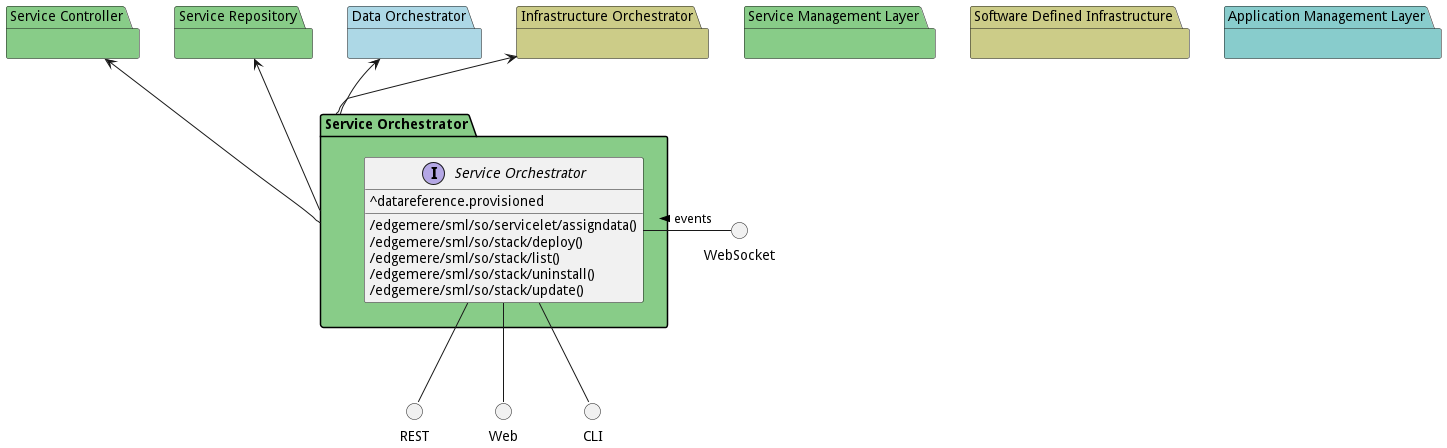
This is docs/edgemere/sml/so/subpackage.png from madajaju/edgemere, a PlantUML export, as it was before one commit. The source it was exported from:
```plantuml
@startuml


package "Service Controller" #88cc88 {

}

package "Service Repository" #88cc88 {

}

package "Data Orchestrator" #lightblue {

}

package "Infrastructure Orchestrator" #cccc88 {

}

package "Service Management Layer" #88cc88 {

}

package "Software Defined Infrastructure" #cccc88 {

}

package "Service Orchestrator" #88cc88 {

}

package "Application Management Layer" #88cccc {

}


package "Service Orchestrator" #88cc88 {

    interface "Service Orchestrator" as i {
            ^datareference.provisioned

            /edgemere/sml/so/servicelet/assigndata()
            /edgemere/sml/so/stack/deploy()
            /edgemere/sml/so/stack/list()
            /edgemere/sml/so/stack/uninstall()
            /edgemere/sml/so/stack/update()

    }
}

circle REST
circle Web
circle CLI
circle WebSocket

i -down- Web
i -down- CLI
i -down- REST
WebSocket -left- i: events >

package "Service Orchestrator" #88cc88 {


}


    "Service Controller" <-- "Service Orchestrator"

    "Service Repository" <-- "Service Orchestrator"

    "Data Orchestrator" <-- "Service Orchestrator"

    "Infrastructure Orchestrator" <-- "Service Orchestrator"


@enduml
```
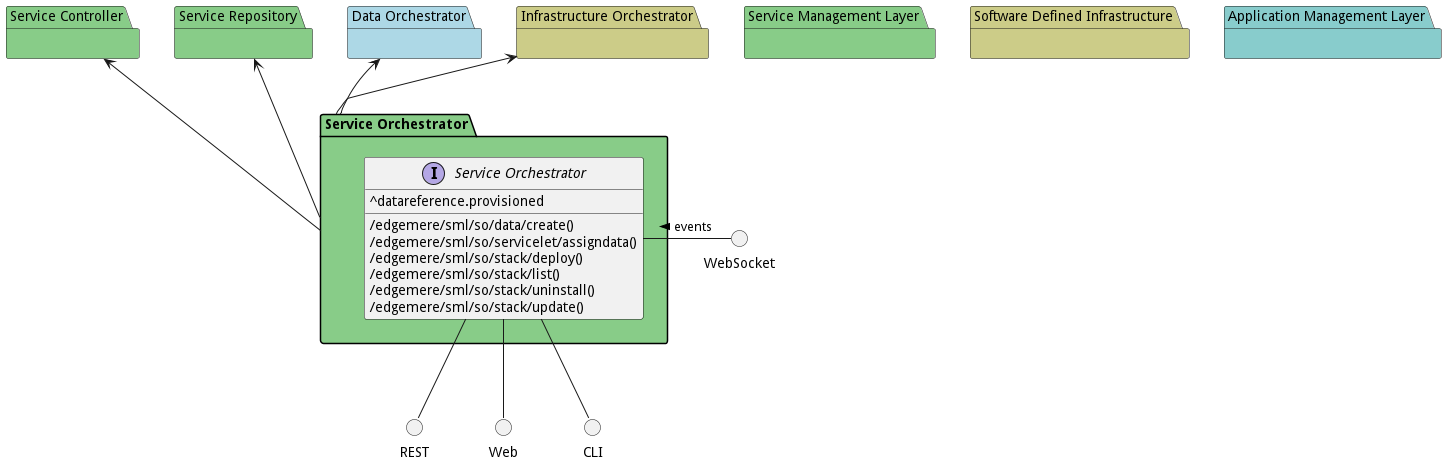
Above is the later version.

Change to the diagram source:
```diff
@@ -39,6 +39,7 @@
     interface "Service Orchestrator" as i {
             ^datareference.provisioned
 
+            /edgemere/sml/so/data/create()
             /edgemere/sml/so/servicelet/assigndata()
             /edgemere/sml/so/stack/deploy()
             /edgemere/sml/so/stack/list()
```
